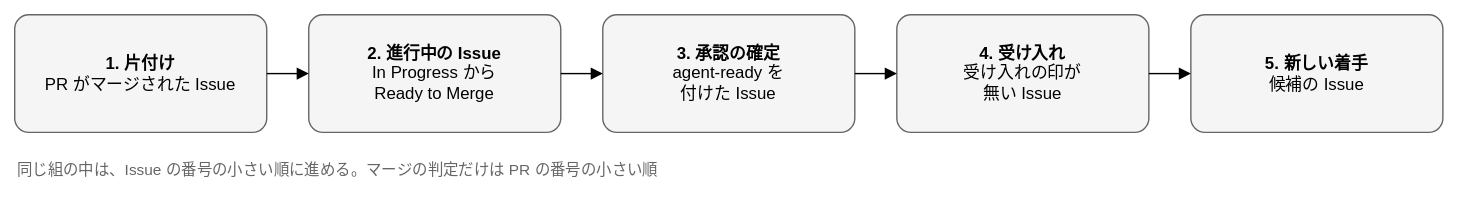
Before: docs/design/basic/diagrams/02-issue-order.drawio.svg, a diagram exported from draw.io (Joymerrevent/dev-autopilot). Source tidied: cells renumbered, new cells last; positions are measured from the earlier drawing's top-left corner, leaving out a move shared by most shapes. Source of this version:
```xml
<mxGraphModel background="#ffffff">
  <root>
    <mxCell id="0" />
    <mxCell id="1" parent="0" />
    <mxCell id="2" value="&lt;b&gt;1. 片付け&lt;/b&gt;&lt;br&gt;PR がマージされた Issue" style="rounded=1;whiteSpace=wrap;html=1;fontSize=12;arcSize=12;spacing=12;fillColor=#f5f5f5;strokeColor=#666666;" parent="1" vertex="1">
      <mxGeometry width="180" height="84" as="geometry" />
    </mxCell>
    <mxCell id="3" value="&lt;b&gt;2. 進行中の Issue&lt;/b&gt;&lt;br&gt;In Progress から&lt;br&gt;Ready to Merge" style="rounded=1;whiteSpace=wrap;html=1;fontSize=12;arcSize=12;spacing=12;fillColor=#f5f5f5;strokeColor=#666666;" parent="1" vertex="1">
      <mxGeometry x="210" width="180" height="84" as="geometry" />
    </mxCell>
    <mxCell id="4" style="edgeStyle=orthogonalEdgeStyle;rounded=1;html=1;endArrow=block;endFill=1;fontSize=11;labelBackgroundColor=#ffffff;exitX=1;exitY=0.5;exitDx=0;exitDy=0;entryX=0;entryY=0.5;entryDx=0;entryDy=0;" parent="1" edge="1" source="2" target="3">
      <mxGeometry relative="1" as="geometry" />
    </mxCell>
    <mxCell id="5" value="&lt;b&gt;3. 承認の確定&lt;/b&gt;&lt;br&gt;agent-ready を&lt;br&gt;付けた Issue" style="rounded=1;whiteSpace=wrap;html=1;fontSize=12;arcSize=12;spacing=12;fillColor=#f5f5f5;strokeColor=#666666;" parent="1" vertex="1">
      <mxGeometry x="420" width="180" height="84" as="geometry" />
    </mxCell>
    <mxCell id="6" style="edgeStyle=orthogonalEdgeStyle;rounded=1;html=1;endArrow=block;endFill=1;fontSize=11;labelBackgroundColor=#ffffff;exitX=1;exitY=0.5;exitDx=0;exitDy=0;entryX=0;entryY=0.5;entryDx=0;entryDy=0;" parent="1" edge="1" source="3" target="5">
      <mxGeometry relative="1" as="geometry" />
    </mxCell>
    <mxCell id="7" value="&lt;b&gt;4. 受け入れ&lt;/b&gt;&lt;br&gt;受け入れの印が&lt;br&gt;無い Issue" style="rounded=1;whiteSpace=wrap;html=1;fontSize=12;arcSize=12;spacing=12;fillColor=#f5f5f5;strokeColor=#666666;" parent="1" vertex="1">
      <mxGeometry x="630" width="180" height="84" as="geometry" />
    </mxCell>
    <mxCell id="8" style="edgeStyle=orthogonalEdgeStyle;rounded=1;html=1;endArrow=block;endFill=1;fontSize=11;labelBackgroundColor=#ffffff;exitX=1;exitY=0.5;exitDx=0;exitDy=0;entryX=0;entryY=0.5;entryDx=0;entryDy=0;" parent="1" edge="1" source="5" target="7">
      <mxGeometry relative="1" as="geometry" />
    </mxCell>
    <mxCell id="9" value="&lt;b&gt;5. 新しい着手&lt;/b&gt;&lt;br&gt;候補の Issue" style="rounded=1;whiteSpace=wrap;html=1;fontSize=12;arcSize=12;spacing=12;fillColor=#f5f5f5;strokeColor=#666666;" parent="1" vertex="1">
      <mxGeometry x="840" width="180" height="84" as="geometry" />
    </mxCell>
    <mxCell id="10" style="edgeStyle=orthogonalEdgeStyle;rounded=1;html=1;endArrow=block;endFill=1;fontSize=11;labelBackgroundColor=#ffffff;exitX=1;exitY=0.5;exitDx=0;exitDy=0;entryX=0;entryY=0.5;entryDx=0;entryDy=0;" parent="1" edge="1" source="7" target="9">
      <mxGeometry relative="1" as="geometry" />
    </mxCell>
    <mxCell id="11" value="同じ組の中は、Issue の番号の小さい順に進める。マージの判定だけは PR の番号の小さい順" style="text;html=1;whiteSpace=wrap;align=left;verticalAlign=top;fontSize=11;fontColor=#666666;" parent="1" vertex="1">
      <mxGeometry y="98" width="1000" height="22" as="geometry" />
    </mxCell>
  </root>
</mxGraphModel>
```
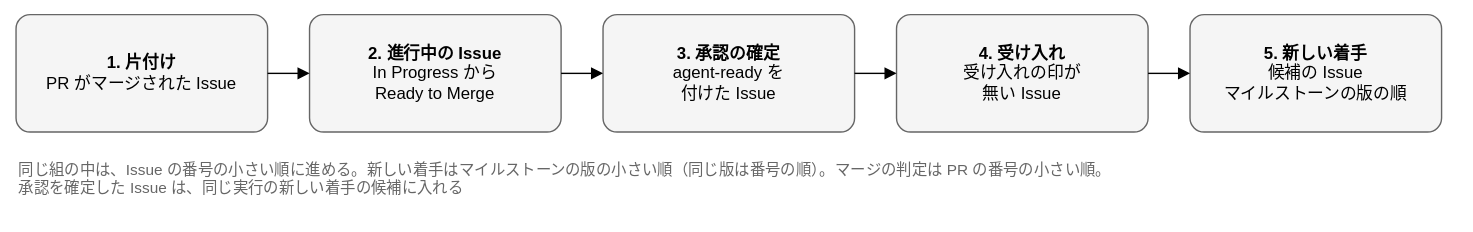
After the commit.

The edit, as a diff of the source:
```diff
@@ -23,14 +23,14 @@
     <mxCell id="8" style="edgeStyle=orthogonalEdgeStyle;rounded=1;html=1;endArrow=block;endFill=1;fontSize=11;labelBackgroundColor=#ffffff;exitX=1;exitY=0.5;exitDx=0;exitDy=0;entryX=0;entryY=0.5;entryDx=0;entryDy=0;" parent="1" edge="1" source="5" target="7">
       <mxGeometry relative="1" as="geometry" />
     </mxCell>
-    <mxCell id="9" value="&lt;b&gt;5. 新しい着手&lt;/b&gt;&lt;br&gt;候補の Issue" style="rounded=1;whiteSpace=wrap;html=1;fontSize=12;arcSize=12;spacing=12;fillColor=#f5f5f5;strokeColor=#666666;" parent="1" vertex="1">
+    <mxCell id="9" value="&lt;b&gt;5. 新しい着手&lt;/b&gt;&lt;br&gt;候補の Issue&lt;br&gt;マイルストーンの版の順" style="rounded=1;whiteSpace=wrap;html=1;fontSize=12;arcSize=12;spacing=12;fillColor=#f5f5f5;strokeColor=#666666;" parent="1" vertex="1">
       <mxGeometry x="840" width="180" height="84" as="geometry" />
     </mxCell>
     <mxCell id="10" style="edgeStyle=orthogonalEdgeStyle;rounded=1;html=1;endArrow=block;endFill=1;fontSize=11;labelBackgroundColor=#ffffff;exitX=1;exitY=0.5;exitDx=0;exitDy=0;entryX=0;entryY=0.5;entryDx=0;entryDy=0;" parent="1" edge="1" source="7" target="9">
       <mxGeometry relative="1" as="geometry" />
     </mxCell>
-    <mxCell id="11" value="同じ組の中は、Issue の番号の小さい順に進める。マージの判定だけは PR の番号の小さい順" style="text;html=1;whiteSpace=wrap;align=left;verticalAlign=top;fontSize=11;fontColor=#666666;" parent="1" vertex="1">
-      <mxGeometry y="98" width="1000" height="22" as="geometry" />
+    <mxCell id="11" value="同じ組の中は、Issue の番号の小さい順に進める。新しい着手はマイルストーンの版の小さい順（同じ版は番号の順）。マージの判定は PR の番号の小さい順。&lt;br&gt;承認を確定した Issue は、同じ実行の新しい着手の候補に入れる" style="text;html=1;whiteSpace=wrap;align=left;verticalAlign=top;fontSize=11;fontColor=#666666;" parent="1" vertex="1">
+      <mxGeometry y="98" width="1000" height="36" as="geometry" />
     </mxCell>
   </root>
 </mxGraphModel>
```
